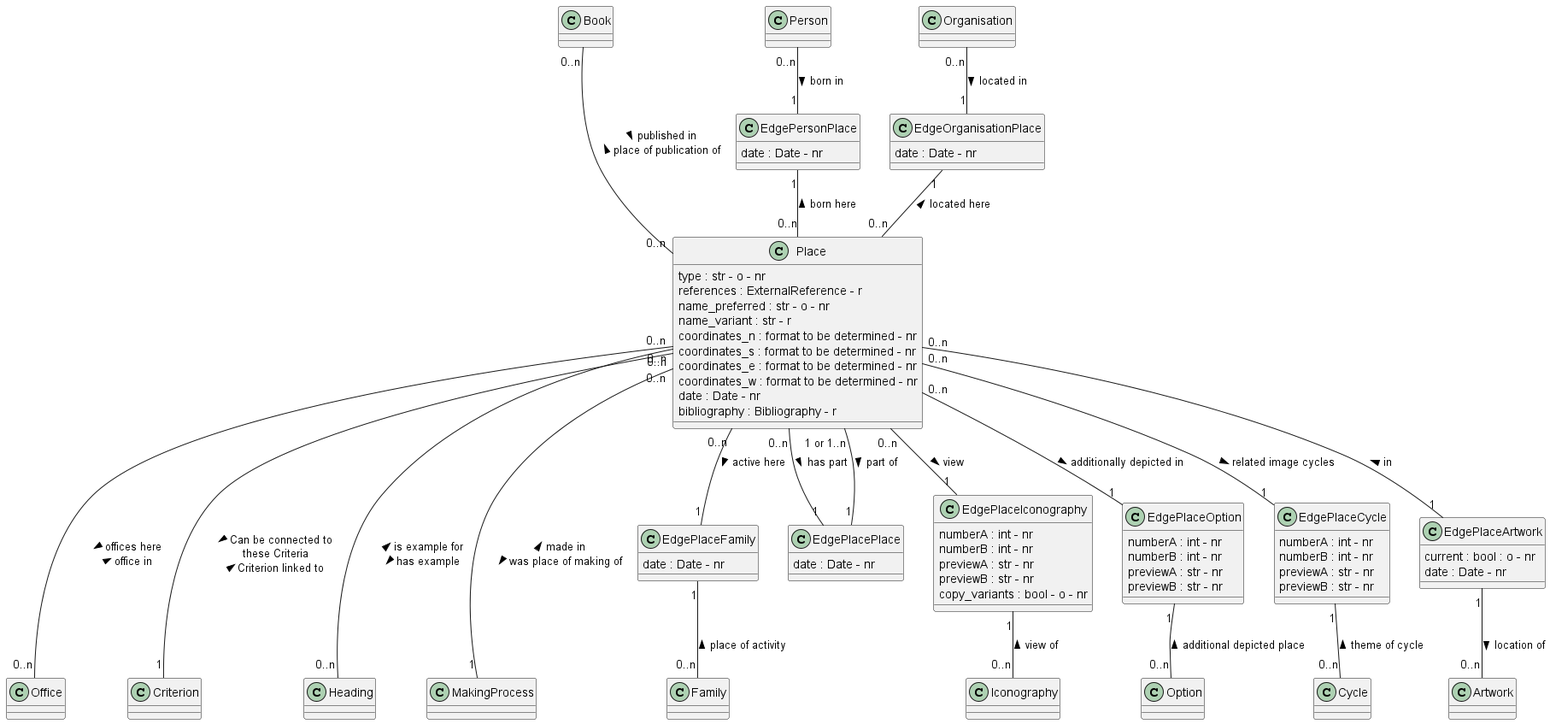
Above: documentation/class_diagrams/Place.png in tmasch/bpf_be (PlantUML), before the change.
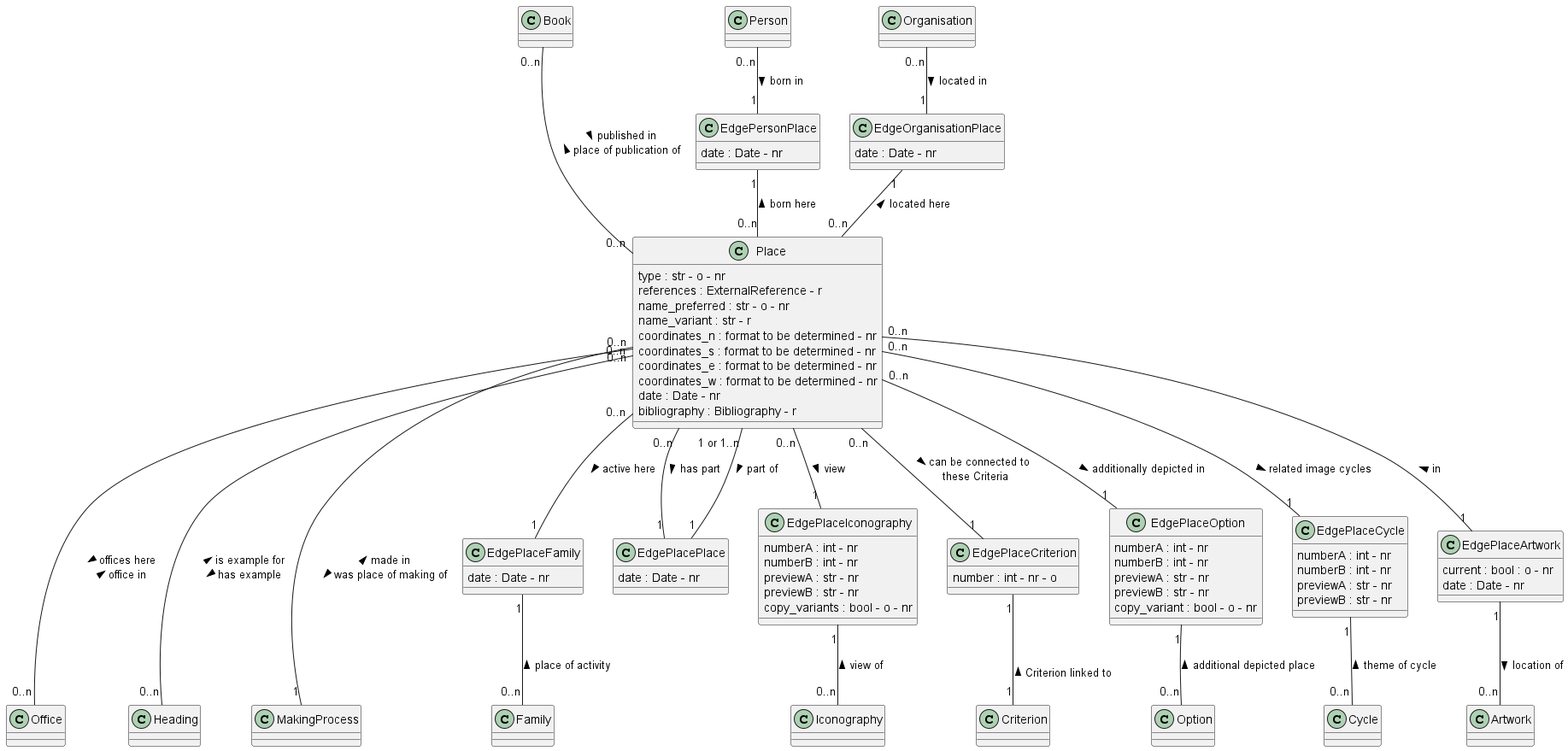
Later version of the same file.

Change to the diagram source:
```diff
@@ -1,4 +1,5 @@
-@startuml
+@startuml Place
+
 class Place
 Place : type : str - o - nr
 Place : references : ExternalReference - r
@@ -57,11 +58,15 @@
 EdgePlaceIconography : previewB : str - nr
 EdgePlaceIconography : copy_variants : bool - o - nr
 
+class EdgePlaceCriterion
+EdgePlaceCriterion : number : int - nr - o
+
 class EdgePlaceOption
 EdgePlaceOption : numberA : int - nr
 EdgePlaceOption : numberB : int - nr
 EdgePlaceOption : previewA : str - nr
 EdgePlaceOption : previewB : str - nr
+EdgePlaceOption : copy_variant : bool - o - nr
 
 class EdgePlaceCycle
 EdgePlaceCycle : numberA : int - nr
@@ -90,10 +95,12 @@
 Place "0..n" -- "1" EdgePlaceIconography : view >
 EdgePlaceIconography "1" -- "0..n" Iconography : view of <
 
+Place "0..n" -- "1" EdgePlaceCriterion : > can be connected to \n these Criteria
+EdgePlaceCriterion "1" -- "1" Criterion : \n Criterion linked to <
+
 Place "0..n" -- "1" EdgePlaceOption : additionally depicted in >
 EdgePlaceOption "1" -- "0..n" Option : additional depicted place <
 
-Place "0..n" --- "1" Criterion : > Can be connected to \n these Criteria \n Criterion linked to <
 
 Place "0..n" -- "1" EdgePlaceCycle : related image cycles >
 EdgePlaceCycle "1" -- "0..n" Cycle : theme of cycle <
```
